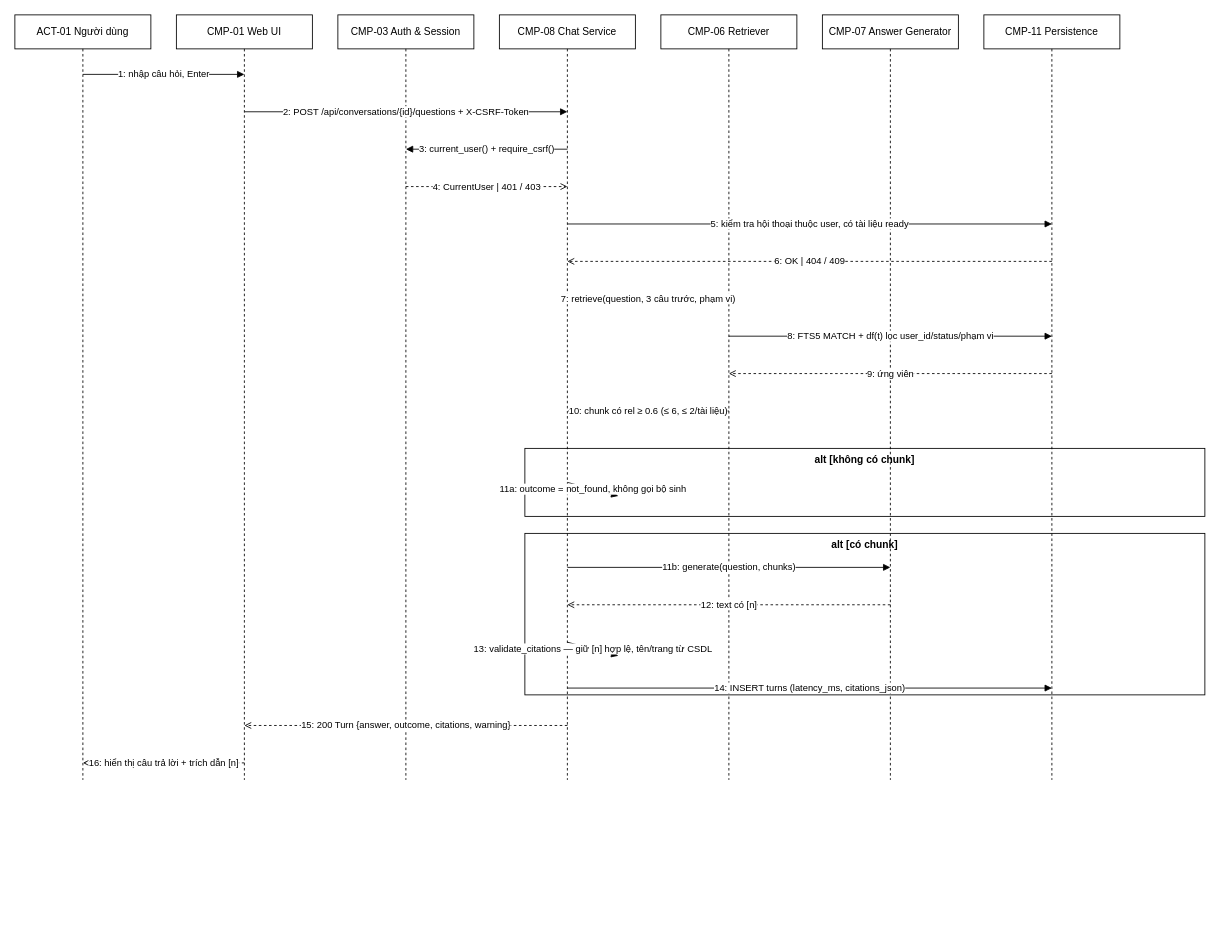
Above: page "Hỏi đáp" (1 of 2) of docs/04-design/diagrams/sequence_diagram.drawio in minhtrungle/SDLC-AI-Project (draw.io), before the change. Source tidied: cells renumbered, new cells numbered last; positions are measured from the earlier drawing's top-left corner, leaving out a move shared by most shapes. Both pictures are drawn from the tidied source at 85%, with x=0, y=0 at pixel (14, 14).
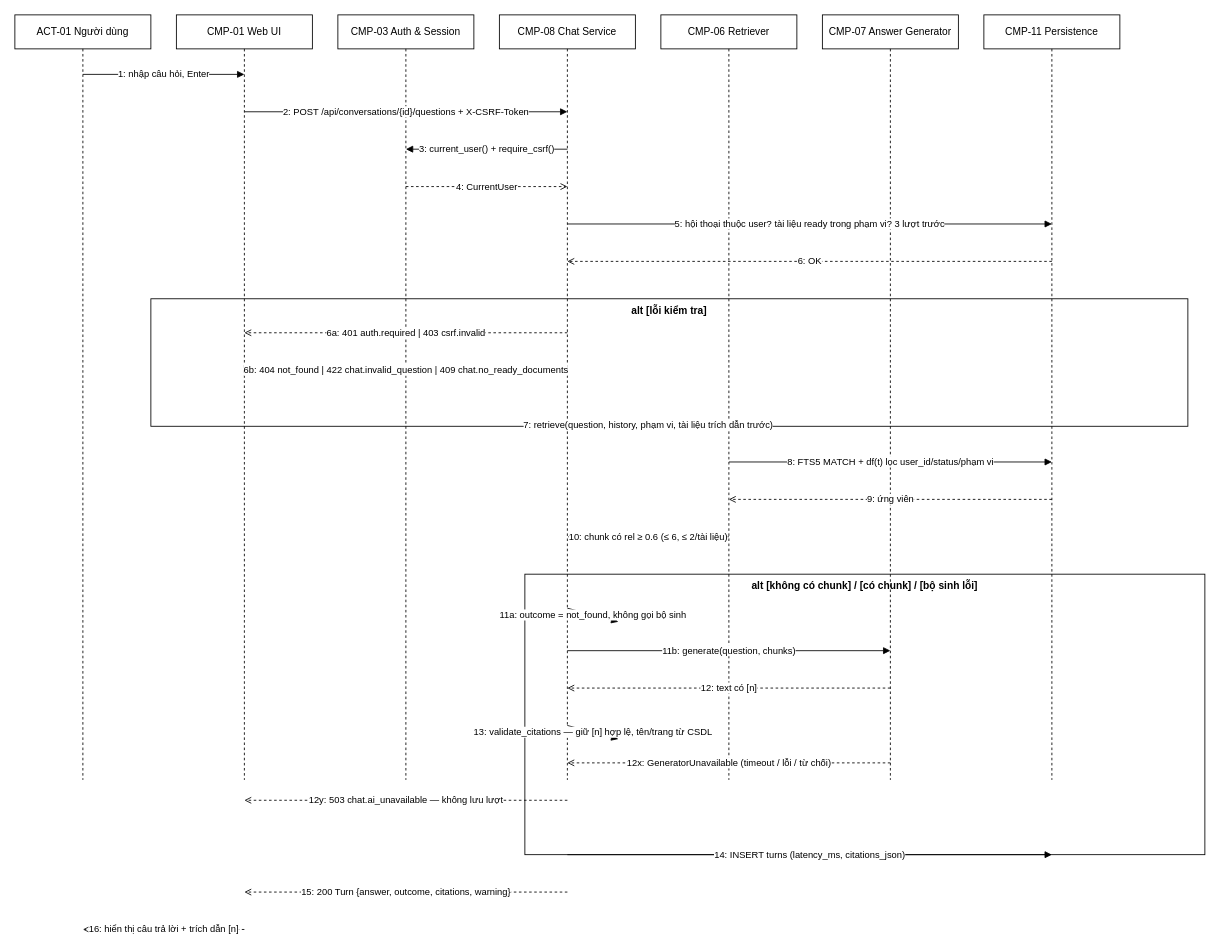
The same diagram, later.

Diff of the diagram source:
```diff
@@
-    <mxCell id="12" value="4: CurrentUser | 401 / 403" style="endArrow=open;dashed=1;html=1;" parent="1" edge="1">
+    <mxCell id="12" value="4: CurrentUser" style="endArrow=open;dashed=1;html=1;" parent="1" edge="1">
       <mxGeometry relative="1" as="geometry">
         <mxPoint x="460" y="202" as="sourcePoint" />
         <mxPoint x="650" y="202" as="targetPoint" />
       </mxGeometry>
     </mxCell>
-    <mxCell id="13" value="5: kiểm tra hội thoại thuộc user, có tài liệu ready" style="endArrow=block;endFill=1;html=1;" parent="1" edge="1">
+    <mxCell id="13" value="5: hội thoại thuộc user? tài liệu ready trong phạm vi? 3 lượt trước" style="endArrow=block;endFill=1;html=1;" parent="1" edge="1">
       <mxGeometry relative="1" as="geometry">
         <mxPoint x="650" y="246" as="sourcePoint" />
         <mxPoint x="1220" y="246" as="targetPoint" />
       </mxGeometry>
     </mxCell>
-    <mxCell id="14" value="6: OK | 404 / 409" style="endArrow=open;dashed=1;html=1;" parent="1" edge="1">
+    <mxCell id="14" value="6: OK" style="endArrow=open;dashed=1;html=1;" parent="1" edge="1">
       <mxGeometry relative="1" as="geometry">
         <mxPoint x="1220" y="290" as="sourcePoint" />
         <mxPoint x="650" y="290" as="targetPoint" />
       </mxGeometry>
     </mxCell>
-    <mxCell id="15" value="7: retrieve(question, 3 câu trước, phạm vi)" style="endArrow=block;endFill=1;html=1;" parent="1" edge="1">
-      <mxGeometry relative="1" as="geometry">
-        <mxPoint x="650" y="334" as="sourcePoint" />
-        <mxPoint x="840" y="334" as="targetPoint" />
-      </mxGeometry>
+    <mxCell id="15" value="alt [lỗi kiểm tra]" style="rounded=0;whiteSpace=wrap;html=1;verticalAlign=top;fontStyle=1;fillColor=none;" parent="1" vertex="1">
+      <mxGeometry x="160" y="334" width="1220" height="150" as="geometry" />
     </mxCell>
-    <mxCell id="16" value="8: FTS5 MATCH + df(t) lọc user_id/status/phạm vi" style="endArrow=block;endFill=1;html=1;" parent="1" edge="1">
+    <mxCell id="16" value="6a: 401 auth.required | 403 csrf.invalid" style="endArrow=open;dashed=1;html=1;" parent="1" edge="1">
       <mxGeometry relative="1" as="geometry">
-        <mxPoint x="840" y="378" as="sourcePoint" />
-        <mxPoint x="1220" y="378" as="targetPoint" />
+        <mxPoint x="650" y="374" as="sourcePoint" />
+        <mxPoint x="270" y="374" as="targetPoint" />
       </mxGeometry>
     </mxCell>
-    <mxCell id="17" value="9: ứng viên" style="endArrow=open;dashed=1;html=1;" parent="1" edge="1">
+    <mxCell id="17" value="6b: 404 not_found | 422 chat.invalid_question | 409 chat.no_ready_documents" style="endArrow=open;dashed=1;html=1;" parent="1" edge="1">
       <mxGeometry relative="1" as="geometry">
-        <mxPoint x="1220" y="422" as="sourcePoint" />
-        <mxPoint x="840" y="422" as="targetPoint" />
+        <mxPoint x="650" y="418" as="sourcePoint" />
+        <mxPoint x="270" y="418" as="targetPoint" />
       </mxGeometry>
     </mxCell>
-    <mxCell id="18" value="10: chunk có rel ≥ 0.6 (≤ 6, ≤ 2/tài liệu)" style="endArrow=open;dashed=1;html=1;" parent="1" edge="1">
+    <mxCell id="18" value="7: retrieve(question, history, phạm vi, tài liệu trích dẫn trước)" style="endArrow=block;endFill=1;html=1;" parent="1" edge="1">
       <mxGeometry relative="1" as="geometry">
-        <mxPoint x="840" y="466" as="sourcePoint" />
-        <mxPoint x="650" y="466" as="targetPoint" />
+        <mxPoint x="650" y="482" as="sourcePoint" />
+        <mxPoint x="840" y="482" as="targetPoint" />
       </mxGeometry>
     </mxCell>
-    <mxCell id="19" value="alt [không có chunk]" style="rounded=0;whiteSpace=wrap;html=1;verticalAlign=top;fontStyle=1;fillColor=none;" parent="1" vertex="1">
-      <mxGeometry x="600" y="510" width="800" height="80" as="geometry" />
+    <mxCell id="19" value="8: FTS5 MATCH + df(t) lọc user_id/status/phạm vi" style="endArrow=block;endFill=1;html=1;" parent="1" edge="1">
+      <mxGeometry relative="1" as="geometry">
+        <mxPoint x="840" y="526" as="sourcePoint" />
+        <mxPoint x="1220" y="526" as="targetPoint" />
+      </mxGeometry>
     </mxCell>
-    <mxCell id="20" value="11a: outcome = not_found, không gọi bộ sinh" style="endArrow=block;endFill=1;html=1;" parent="1" edge="1">
+    <mxCell id="20" value="9: ứng viên" style="endArrow=open;dashed=1;html=1;" parent="1" edge="1">
       <mxGeometry relative="1" as="geometry">
-        <mxPoint x="650" y="550" as="sourcePoint" />
-        <mxPoint x="710" y="566" as="targetPoint" />
+        <mxPoint x="1220" y="570" as="sourcePoint" />
+        <mxPoint x="840" y="570" as="targetPoint" />
       </mxGeometry>
     </mxCell>
-    <mxCell id="21" value="alt [có chunk]" style="rounded=0;whiteSpace=wrap;html=1;verticalAlign=top;fontStyle=1;fillColor=none;" parent="1" vertex="1">
-      <mxGeometry x="600" y="610" width="800" height="190" as="geometry" />
+    <mxCell id="21" value="10: chunk có rel ≥ 0.6 (≤ 6, ≤ 2/tài liệu)" style="endArrow=open;dashed=1;html=1;" parent="1" edge="1">
+      <mxGeometry relative="1" as="geometry">
+        <mxPoint x="840" y="614" as="sourcePoint" />
+        <mxPoint x="650" y="614" as="targetPoint" />
+      </mxGeometry>
     </mxCell>
-    <mxCell id="22" value="11b: generate(question, chunks)" style="endArrow=block;endFill=1;html=1;" parent="1" edge="1">
-      <mxGeometry relative="1" as="geometry">
-        <mxPoint x="650" y="650" as="sourcePoint" />
-        <mxPoint x="1030" y="650" as="targetPoint" />
-      </mxGeometry>
+    <mxCell id="22" value="alt [không có chunk] / [có chunk] / [bộ sinh lỗi]" style="rounded=0;whiteSpace=wrap;html=1;verticalAlign=top;fontStyle=1;fillColor=none;" parent="1" vertex="1">
+      <mxGeometry x="600" y="658" width="800" height="330" as="geometry" />
     </mxCell>
-    <mxCell id="23" value="12: text có [n]" style="endArrow=open;dashed=1;html=1;" parent="1" edge="1">
+    <mxCell id="23" value="11a: outcome = not_found, không gọi bộ sinh" style="endArrow=block;endFill=1;html=1;" parent="1" edge="1">
       <mxGeometry relative="1" as="geometry">
-        <mxPoint x="1030" y="694" as="sourcePoint" />
-        <mxPoint x="650" y="694" as="targetPoint" />
+        <mxPoint x="650" y="698" as="sourcePoint" />
+        <mxPoint x="710" y="714" as="targetPoint" />
       </mxGeometry>
     </mxCell>
-    <mxCell id="24" value="13: validate_citations — giữ [n] hợp lệ, tên/trang từ CSDL" style="endArrow=block;endFill=1;html=1;" parent="1" edge="1">
+    <mxCell id="24" value="11b: generate(question, chunks)" style="endArrow=block;endFill=1;html=1;" parent="1" edge="1">
       <mxGeometry relative="1" as="geometry">
-        <mxPoint x="650" y="738" as="sourcePoint" />
-        <mxPoint x="710" y="754" as="targetPoint" />
+        <mxPoint x="650" y="748" as="sourcePoint" />
+        <mxPoint x="1030" y="748" as="targetPoint" />
       </mxGeometry>
     </mxCell>
-    <mxCell id="25" value="14: INSERT turns (latency_ms, citations_json)" style="endArrow=block;endFill=1;html=1;" parent="1" edge="1">
+    <mxCell id="25" value="12: text có [n]" style="endArrow=open;dashed=1;html=1;" parent="1" edge="1">
       <mxGeometry relative="1" as="geometry">
-        <mxPoint x="650" y="792" as="sourcePoint" />
-        <mxPoint x="1220" y="792" as="targetPoint" />
+        <mxPoint x="1030" y="792" as="sourcePoint" />
+        <mxPoint x="650" y="792" as="targetPoint" />
       </mxGeometry>
     </mxCell>
-    <mxCell id="26" value="15: 200 Turn {answer, outcome, citations, warning}" style="endArrow=open;dashed=1;html=1;" parent="1" edge="1">
+    <mxCell id="26" value="13: validate_citations — giữ [n] hợp lệ, tên/trang từ CSDL" style="endArrow=block;endFill=1;html=1;" parent="1" edge="1">
       <mxGeometry relative="1" as="geometry">
         <mxPoint x="650" y="836" as="sourcePoint" />
-        <mxPoint x="270" y="836" as="targetPoint" />
+        <mxPoint x="710" y="852" as="targetPoint" />
       </mxGeometry>
     </mxCell>
-    <mxCell id="27" value="16: hiển thị câu trả lời + trích dẫn [n]" style="endArrow=open;dashed=1;html=1;" parent="1" edge="1">
+    <mxCell id="27" value="12x: GeneratorUnavailable (timeout / lỗi / từ chối)" style="endArrow=open;dashed=1;html=1;" parent="1" edge="1">
       <mxGeometry relative="1" as="geometry">
-        <mxPoint x="270" y="880" as="sourcePoint" />
-        <mxPoint x="80" y="880" as="targetPoint" />
+        <mxPoint x="1030" y="880" as="sourcePoint" />
+        <mxPoint x="650" y="880" as="targetPoint" />
       </mxGeometry>
     </mxCell>
+    <mxCell id="28" value="12y: 503 chat.ai_unavailable — không lưu lượt" style="endArrow=open;dashed=1;html=1;" parent="1" edge="1">
+      <mxGeometry relative="1" as="geometry">
+        <mxPoint x="650" y="924" as="sourcePoint" />
+        <mxPoint x="270" y="924" as="targetPoint" />
+      </mxGeometry>
+    </mxCell>
+    <mxCell id="29" value="14: INSERT turns (latency_ms, citations_json)" style="endArrow=block;endFill=1;html=1;" parent="1" edge="1">
+      <mxGeometry relative="1" as="geometry">
+        <mxPoint x="650" y="988" as="sourcePoint" />
+        <mxPoint x="1220" y="988" as="targetPoint" />
+      </mxGeometry>
+    </mxCell>
+    <mxCell id="30" value="15: 200 Turn {answer, outcome, citations, warning}" style="endArrow=open;dashed=1;html=1;" parent="1" edge="1">
+      <mxGeometry relative="1" as="geometry">
+        <mxPoint x="650" y="1032" as="sourcePoint" />
+        <mxPoint x="270" y="1032" as="targetPoint" />
+      </mxGeometry>
+    </mxCell>
+    <mxCell id="31" value="16: hiển thị câu trả lời + trích dẫn [n]" style="endArrow=open;dashed=1;html=1;" parent="1" edge="1">
+      <mxGeometry relative="1" as="geometry">
+        <mxPoint x="270" y="1076" as="sourcePoint" />
+        <mxPoint x="80" y="1076" as="targetPoint" />
+      </mxGeometry>
+    </mxCell>
```
